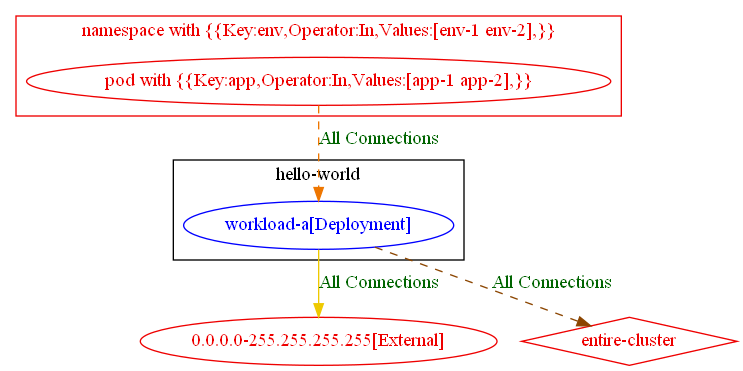
Before: test_outputs/connlist/exposure_test_with_match_expression_in_op_exposure_output.dot.png, a diagram exported from Graphviz (np-guard/netpol-analyzer). Its source is kept beside it as test_outputs/connlist/exposure_test_with_match_expression_in_op_exposure_output.dot.
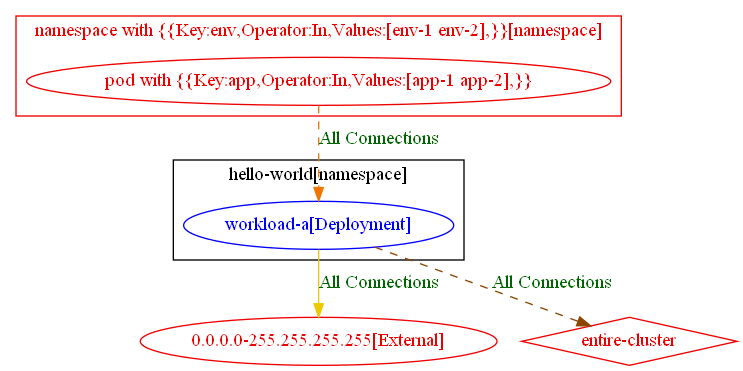
After the change.

Change to the diagram source:
```diff
@@ -1,15 +1,15 @@
 digraph {
-	subgraph "cluster_hello_world" {
+	subgraph "cluster_hello_world[namespace]" {
 		color="black"
 		fontcolor="black"
 		"hello-world/workload-a[Deployment]" [label="workload-a[Deployment]" color="blue" fontcolor="blue"]
-		label="hello-world"
+		label="hello-world[namespace]"
 	}
-	subgraph "cluster_namespace with {{Key:env,Operator:In,Values:[env_1 env_2],}}" {
+	subgraph "cluster_namespace with {{Key:env,Operator:In,Values:[env_1 env_2],}}[namespace]" {
 		color="red2"
 		fontcolor="red2"
 		"pod with {{Key:app,Operator:In,Values:[app-1 app-2],}}_in_namespace with {{Key:env,Operator:In,Values:[env-1 env-2],}}" [label="pod with {{Key:app,Operator:In,Values:[app-1 app-2],}}" color="red2" fontcolor="red2"]
-		label="namespace with {{Key:env,Operator:In,Values:[env-1 env-2],}}"
+		label="namespace with {{Key:env,Operator:In,Values:[env-1 env-2],}}[namespace]"
 	}
 	"0.0.0.0-255.255.255.255[External]" [label="0.0.0.0-255.255.255.255[External]" color="red2" fontcolor="red2"]
 	"entire-cluster" [label="entire-cluster" color="red2" fontcolor="red2" shape=diamond]
```
